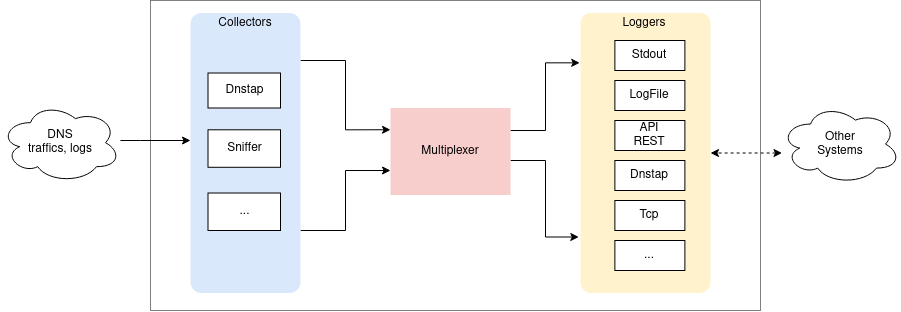
Earlier version of the draw.io export doc/overview.png (dmachard/go-dnscollector). Source tidied: cells renumbered, new cells last; positions are measured from the earlier drawing's top-left corner, leaving out a move shared by most shapes.
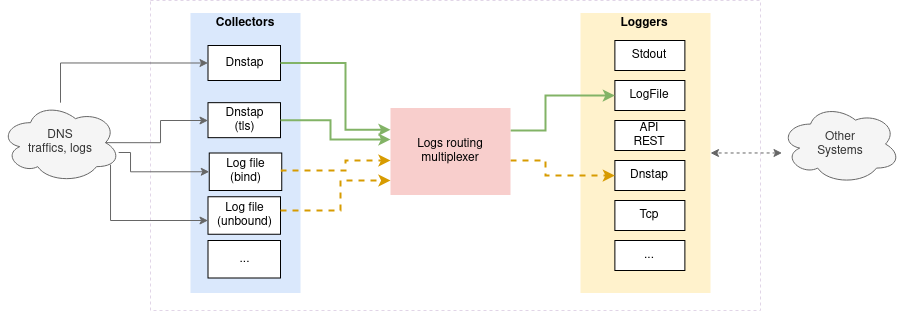
The same file after the commit.

Change to the diagram source:
```diff
@@ -2,39 +2,23 @@
   <root>
     <mxCell id="0" />
     <mxCell id="1" parent="0" />
-    <mxCell id="2" style="rounded=0;whiteSpace=wrap;html=1;dashed=1;dashPattern=1 1;" parent="1" vertex="1">
+    <mxCell id="2" style="rounded=0;whiteSpace=wrap;html=1;dashed=1;strokeColor=#E1D5E7;" parent="1" vertex="1">
       <mxGeometry x="150" width="610" height="310" as="geometry" />
     </mxCell>
-    <mxCell id="3" style="edgeStyle=orthogonalEdgeStyle;rounded=0;jettySize=auto;html=1;entryX=0;entryY=0.25;entryDx=0;entryDy=0;" parent="1" edge="1" source="5" target="24">
-      <mxGeometry relative="1" as="geometry">
-        <Array as="points">
-          <mxPoint x="345" y="60" />
-          <mxPoint x="345" y="129" />
-        </Array>
-      </mxGeometry>
-    </mxCell>
-    <mxCell id="4" style="edgeStyle=orthogonalEdgeStyle;rounded=0;jettySize=auto;html=1;" parent="1" edge="1" source="5" target="24">
-      <mxGeometry relative="1" as="geometry">
-        <Array as="points">
-          <mxPoint x="345" y="230" />
-          <mxPoint x="345" y="170" />
-        </Array>
-      </mxGeometry>
-    </mxCell>
-    <mxCell id="5" style="rounded=1;whiteSpace=wrap;html=1;fillColor=#dae8fc;strokeColor=none;arcSize=10;" parent="1" vertex="1">
+    <mxCell id="5" style="rounded=1;whiteSpace=wrap;html=1;fillColor=#dae8fc;strokeColor=none;arcSize=0;" parent="1" vertex="1">
       <mxGeometry x="190" y="12.5" width="110" height="280" as="geometry" />
     </mxCell>
-    <mxCell id="6" value="Collectors" style="text;html=1;strokeColor=none;fillColor=none;align=center;verticalAlign=middle;whiteSpace=wrap;rounded=0;" parent="1" vertex="1">
+    <mxCell id="6" value="&lt;b&gt;Collectors&lt;/b&gt;" style="text;html=1;strokeColor=none;fillColor=none;align=center;verticalAlign=middle;whiteSpace=wrap;rounded=0;" parent="1" vertex="1">
       <mxGeometry x="225" y="12.5" width="40" height="20" as="geometry" />
     </mxCell>
-    <mxCell id="7" style="rounded=1;whiteSpace=wrap;html=1;fillColor=#fff2cc;strokeColor=none;arcSize=8;" parent="1" vertex="1">
+    <mxCell id="7" style="rounded=1;whiteSpace=wrap;html=1;fillColor=#fff2cc;strokeColor=none;arcSize=0;" parent="1" vertex="1">
       <mxGeometry x="580" y="12.5" width="130" height="280" as="geometry" />
     </mxCell>
-    <mxCell id="8" value="Loggers" style="text;html=1;strokeColor=none;fillColor=none;align=center;verticalAlign=middle;whiteSpace=wrap;rounded=0;" parent="1" vertex="1">
+    <mxCell id="8" value="&lt;b&gt;Loggers&lt;/b&gt;" style="text;html=1;strokeColor=none;fillColor=none;align=center;verticalAlign=middle;whiteSpace=wrap;rounded=0;" parent="1" vertex="1">
       <mxGeometry x="623.8" y="12.5" width="40" height="20" as="geometry" />
     </mxCell>
     <mxCell id="9" value="Dnstap" style="rounded=0;whiteSpace=wrap;html=1;" parent="1" vertex="1">
-      <mxGeometry x="207.5" y="72.5" width="72.5" height="35" as="geometry" />
+      <mxGeometry x="207.5" y="45" width="72.5" height="35" as="geometry" />
     </mxCell>
     <mxCell id="10" value="Stdout" style="rounded=0;whiteSpace=wrap;html=1;" parent="1" vertex="1">
       <mxGeometry x="614.4" y="40" width="70" height="30" as="geometry" />
@@ -48,25 +32,24 @@
     <mxCell id="13" value="Dnstap" style="rounded=0;whiteSpace=wrap;html=1;" parent="1" vertex="1">
       <mxGeometry x="614.4" y="160" width="70" height="30" as="geometry" />
     </mxCell>
-    <mxCell id="14" style="edgeStyle=orthogonalEdgeStyle;rounded=0;jettySize=auto;html=1;" parent="1" edge="1" source="15" target="5">
+    <mxCell id="14" style="edgeStyle=orthogonalEdgeStyle;rounded=0;jettySize=auto;html=1;entryX=0;entryY=0.5;entryDx=0;entryDy=0;fillColor=#f5f5f5;strokeColor=#666666;" parent="1" edge="1" source="15" target="9">
       <mxGeometry relative="1" as="geometry">
         <Array as="points">
-          <mxPoint x="140" y="140" />
-          <mxPoint x="140" y="140" />
+          <mxPoint x="60" y="63" />
         </Array>
       </mxGeometry>
     </mxCell>
-    <mxCell id="15" value="DNS&lt;br&gt;traffics, logs" style="ellipse;shape=cloud;whiteSpace=wrap;html=1;" parent="1" vertex="1">
+    <mxCell id="15" value="DNS&lt;br&gt;traffics, logs" style="ellipse;shape=cloud;whiteSpace=wrap;html=1;fillColor=#f5f5f5;fontColor=#333333;strokeColor=#666666;" parent="1" vertex="1">
       <mxGeometry y="102.2" width="120" height="80" as="geometry" />
     </mxCell>
-    <mxCell id="16" style="edgeStyle=orthogonalEdgeStyle;rounded=0;jettySize=auto;html=1;entryX=1;entryY=0.5;entryDx=0;entryDy=0;startArrow=classic;startFill=1;dashed=1;" parent="1" edge="1" source="17" target="7">
+    <mxCell id="16" style="edgeStyle=orthogonalEdgeStyle;rounded=0;jettySize=auto;html=1;entryX=1;entryY=0.5;entryDx=0;entryDy=0;startArrow=classic;startFill=1;dashed=1;fillColor=#f5f5f5;strokeColor=#666666;" parent="1" edge="1" source="17" target="7">
       <mxGeometry relative="1" as="geometry">
         <Array as="points">
           <mxPoint x="754" y="153" />
         </Array>
       </mxGeometry>
     </mxCell>
-    <mxCell id="17" value="Other&lt;br&gt;Systems" style="ellipse;shape=cloud;whiteSpace=wrap;html=1;" parent="1" vertex="1">
+    <mxCell id="17" value="Other&lt;br&gt;Systems" style="ellipse;shape=cloud;whiteSpace=wrap;html=1;fillColor=#f5f5f5;fontColor=#333333;strokeColor=#666666;" parent="1" vertex="1">
       <mxGeometry x="780" y="103.6" width="120" height="80" as="geometry" />
     </mxCell>
     <mxCell id="18" value="..." style="rounded=0;whiteSpace=wrap;html=1;" parent="1" vertex="1">
@@ -75,30 +58,93 @@
     <mxCell id="19" value="Tcp" style="rounded=0;whiteSpace=wrap;html=1;" parent="1" vertex="1">
       <mxGeometry x="614.4" y="200" width="70" height="30" as="geometry" />
     </mxCell>
-    <mxCell id="20" value="Sniffer" style="rounded=0;whiteSpace=wrap;html=1;" parent="1" vertex="1">
-      <mxGeometry x="207.5" y="129.3" width="72.5" height="37.5" as="geometry" />
+    <mxCell id="20" value="&lt;div&gt;Log file&lt;/div&gt;&lt;div&gt;(bind)&lt;br&gt;&lt;/div&gt;" style="rounded=0;whiteSpace=wrap;html=1;" parent="1" vertex="1">
+      <mxGeometry x="208.8" y="152.5" width="72.5" height="37.5" as="geometry" />
     </mxCell>
     <mxCell id="21" value="..." style="rounded=0;whiteSpace=wrap;html=1;" parent="1" vertex="1">
-      <mxGeometry x="207.5" y="192.5" width="72.5" height="37.5" as="geometry" />
+      <mxGeometry x="207.5" y="240" width="72.5" height="37.5" as="geometry" />
     </mxCell>
-    <mxCell id="22" style="edgeStyle=orthogonalEdgeStyle;rounded=0;jettySize=auto;html=1;entryX=-0.013;entryY=0.8;entryDx=0;entryDy=0;entryPerimeter=0;" parent="1" edge="1" source="24" target="7">
+    <mxCell id="22" style="edgeStyle=orthogonalEdgeStyle;rounded=0;jettySize=auto;html=1;fillColor=#ffe6cc;strokeColor=#d79b00;strokeWidth=2;dashed=1;" parent="1" edge="1" source="24" target="13">
       <mxGeometry relative="1" as="geometry">
         <Array as="points">
           <mxPoint x="545" y="160" />
-          <mxPoint x="545" y="237" />
+          <mxPoint x="545" y="175" />
         </Array>
       </mxGeometry>
     </mxCell>
-    <mxCell id="23" style="edgeStyle=orthogonalEdgeStyle;rounded=0;jettySize=auto;html=1;entryX=-0.006;entryY=0.178;entryDx=0;entryDy=0;entryPerimeter=0;" parent="1" edge="1" source="24" target="7">
+    <mxCell id="23" style="edgeStyle=orthogonalEdgeStyle;rounded=0;jettySize=auto;html=1;entryX=0;entryY=0.5;entryDx=0;entryDy=0;fillColor=#d5e8d4;strokeColor=#82b366;strokeWidth=2;" parent="1" edge="1" source="24" target="11">
       <mxGeometry relative="1" as="geometry">
         <Array as="points">
           <mxPoint x="545" y="130" />
-          <mxPoint x="545" y="62" />
+          <mxPoint x="545" y="95" />
         </Array>
       </mxGeometry>
     </mxCell>
-    <mxCell id="24" value="Multiplexer" style="rounded=0;whiteSpace=wrap;html=1;fillColor=#f8cecc;strokeColor=none;" parent="1" vertex="1">
+    <mxCell id="24" value="&lt;div&gt;Logs routing&lt;/div&gt;&lt;div&gt;multiplexer&lt;/div&gt;" style="rounded=0;whiteSpace=wrap;html=1;fillColor=#f8cecc;strokeColor=none;" parent="1" vertex="1">
       <mxGeometry x="390" y="107.5" width="120" height="87" as="geometry" />
     </mxCell>
+    <mxCell id="3" style="edgeStyle=orthogonalEdgeStyle;rounded=0;jettySize=auto;html=1;entryX=0;entryY=0.25;entryDx=0;entryDy=0;exitX=1;exitY=0.5;exitDx=0;exitDy=0;strokeWidth=2;fillColor=#d5e8d4;strokeColor=#82b366;" parent="1" edge="1" source="9" target="24">
+      <mxGeometry relative="1" as="geometry">
+        <Array as="points">
+          <mxPoint x="345" y="63" />
+          <mxPoint x="345" y="129" />
+        </Array>
+      </mxGeometry>
+    </mxCell>
+    <mxCell id="25" value="&lt;div&gt;Dnstap&lt;/div&gt;&lt;div&gt;(tls)&lt;br&gt;&lt;/div&gt;" style="rounded=0;whiteSpace=wrap;html=1;" parent="1" vertex="1">
+      <mxGeometry x="207.5" y="102.2" width="72.5" height="35" as="geometry" />
+    </mxCell>
+    <mxCell id="26" style="edgeStyle=orthogonalEdgeStyle;rounded=0;jettySize=auto;html=1;exitX=1;exitY=0.5;exitDx=0;exitDy=0;strokeWidth=2;fillColor=#d5e8d4;strokeColor=#82b366;" parent="1" edge="1" source="25">
+      <mxGeometry relative="1" as="geometry">
+        <mxPoint x="390" y="139" as="targetPoint" />
+        <Array as="points">
+          <mxPoint x="330" y="120" />
+          <mxPoint x="330" y="139" />
+        </Array>
+      </mxGeometry>
+    </mxCell>
+    <mxCell id="27" value="&lt;div&gt;Log file&lt;/div&gt;&lt;div&gt;(unbound)&lt;br&gt;&lt;/div&gt;" style="rounded=0;whiteSpace=wrap;html=1;" parent="1" vertex="1">
+      <mxGeometry x="207.5" y="196.3" width="72.5" height="37.5" as="geometry" />
+    </mxCell>
+    <mxCell id="4" style="edgeStyle=orthogonalEdgeStyle;rounded=0;jettySize=auto;html=1;exitX=1;exitY=0.5;exitDx=0;exitDy=0;fillColor=#ffe6cc;strokeColor=#d79b00;strokeWidth=2;dashed=1;" parent="1" edge="1" source="20" target="24">
+      <mxGeometry relative="1" as="geometry">
+        <Array as="points">
+          <mxPoint x="281" y="170" />
+          <mxPoint x="345" y="170" />
+          <mxPoint x="345" y="160" />
+        </Array>
+      </mxGeometry>
+    </mxCell>
+    <mxCell id="28" style="edgeStyle=orthogonalEdgeStyle;rounded=0;jettySize=auto;html=1;fillColor=#ffe6cc;strokeColor=#d79b00;strokeWidth=2;dashed=1;" parent="1" edge="1" source="27" target="24">
+      <mxGeometry relative="1" as="geometry">
+        <Array as="points">
+          <mxPoint x="340" y="210" />
+          <mxPoint x="340" y="180" />
+        </Array>
+      </mxGeometry>
+    </mxCell>
+    <mxCell id="29" style="edgeStyle=orthogonalEdgeStyle;rounded=0;jettySize=auto;html=1;exitX=0.875;exitY=0.5;exitDx=0;exitDy=0;exitPerimeter=0;fillColor=#f5f5f5;strokeColor=#666666;" parent="1" edge="1" source="15" target="25">
+      <mxGeometry relative="1" as="geometry">
+        <Array as="points">
+          <mxPoint x="160" y="142" />
+          <mxPoint x="160" y="120" />
+        </Array>
+      </mxGeometry>
+    </mxCell>
+    <mxCell id="30" style="edgeStyle=orthogonalEdgeStyle;rounded=0;jettySize=auto;html=1;entryX=0;entryY=0.5;entryDx=0;entryDy=0;fillColor=#f5f5f5;strokeColor=#666666;" parent="1" edge="1" source="15" target="20">
+      <mxGeometry relative="1" as="geometry">
+        <Array as="points">
+          <mxPoint x="130" y="152" />
+          <mxPoint x="130" y="171" />
+        </Array>
+      </mxGeometry>
+    </mxCell>
+    <mxCell id="31" style="edgeStyle=orthogonalEdgeStyle;rounded=0;jettySize=auto;html=1;fillColor=#f5f5f5;strokeColor=#666666;" parent="1" edge="1" source="15" target="27">
+      <mxGeometry relative="1" as="geometry">
+        <Array as="points">
+          <mxPoint x="110" y="220" />
+        </Array>
+      </mxGeometry>
+    </mxCell>
   </root>
 </mxGraphModel>
```
